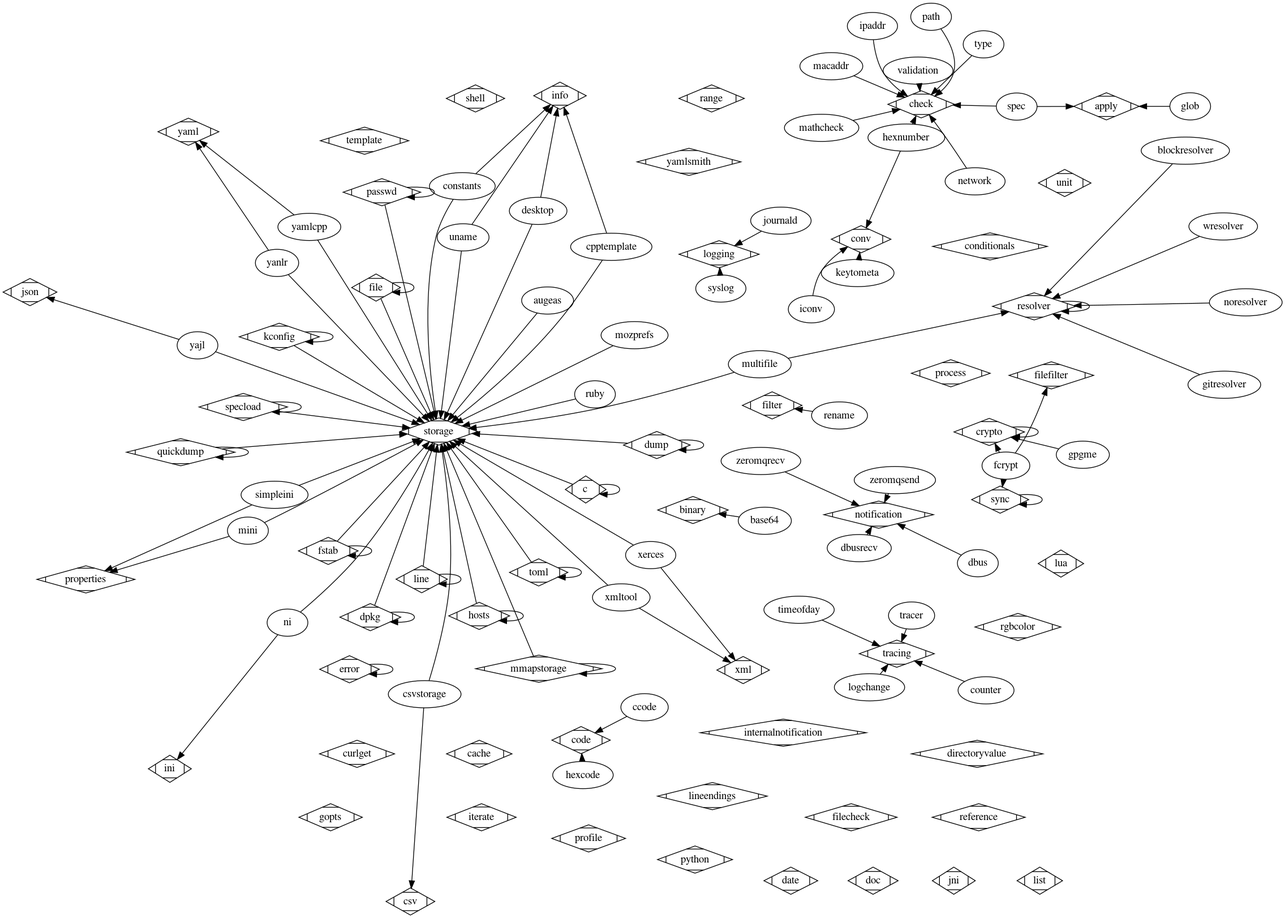
ElektraInitiative/libelektra keeps this Graphviz diagram as doc/images/plugins.png. Above is the earlier version. Its source is kept beside it as doc/images/plugins.dot.
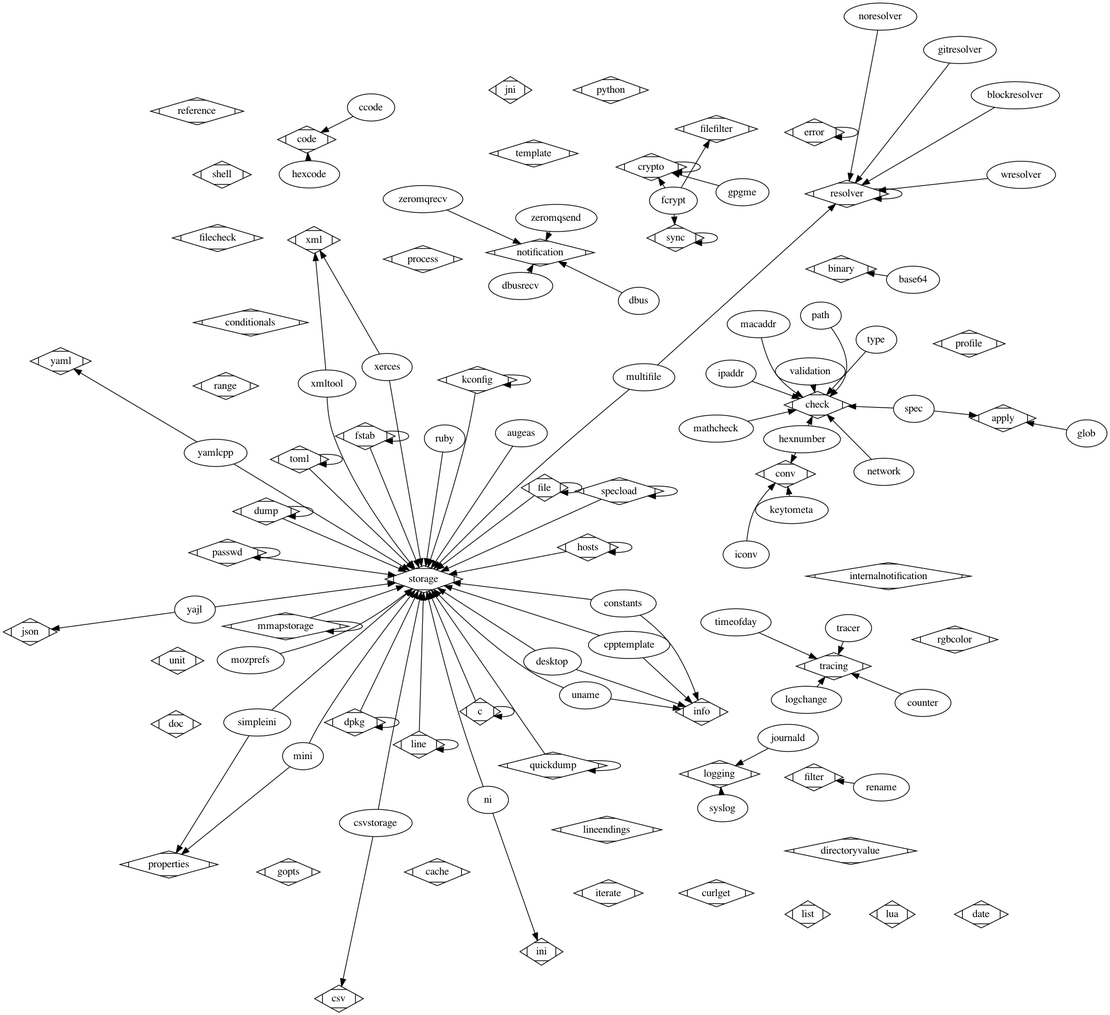
The same file after the commit.

Commit message:
Plugins: Regenerate plugin images

Change to the diagram source:
```diff
@@ -209,11 +209,6 @@
 	yamlcpp -> storage;
 	yaml [shape=Mdiamond];
 	yamlcpp -> yaml;
-	yamlsmith [shape=Mdiamond];
-	storage [shape=Mdiamond];
-	yanlr -> storage;
-	yaml [shape=Mdiamond];
-	yanlr -> yaml;
 	notification [shape=Mdiamond];
 	zeromqrecv -> notification;
 	notification [shape=Mdiamond];
```
